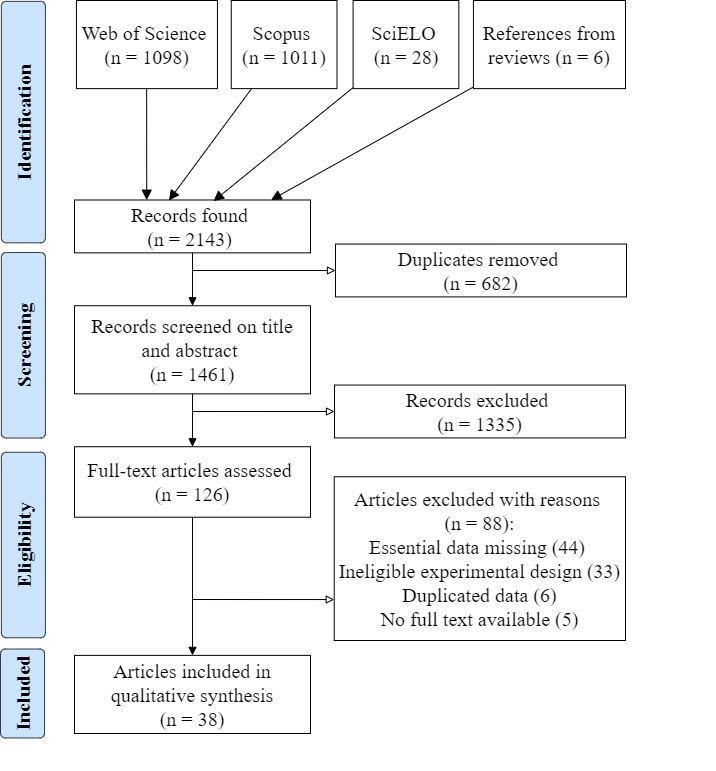
Damian-VA/MosquitoReview keeps this draw.io diagram as FlowchartMosquito.png. Above is the earlier version. Source tidied: cells renumbered, new cells last; positions are measured from the earlier drawing's top-left corner, leaving out a move shared by most shapes.
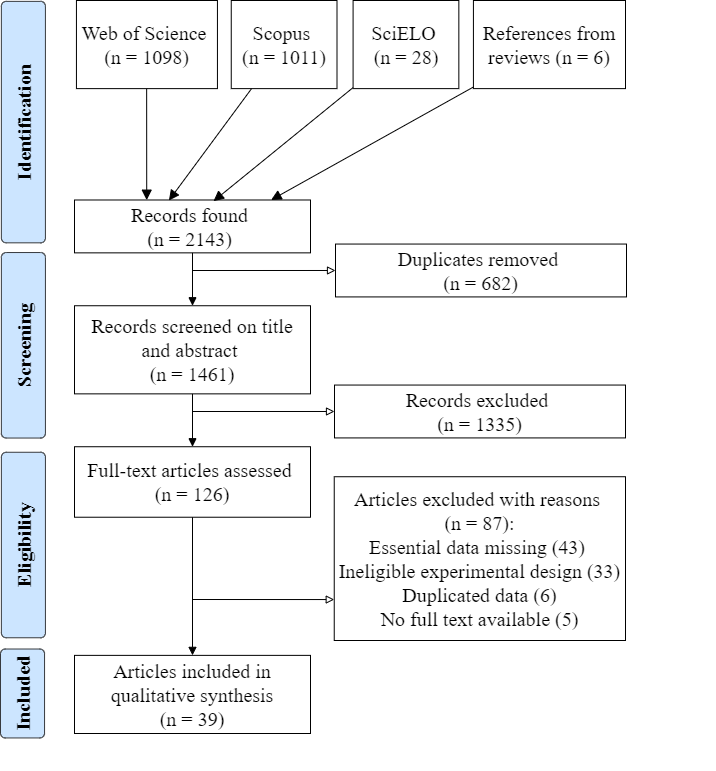
After the change.

Commit message:
Damián updated flowchart: 39 qualitative synthesis articles

What changed in the source:
```diff
@@ -68,10 +68,10 @@
     <mxCell id="21" style="edgeStyle=none;rounded=0;jettySize=auto;html=1;endArrow=block;endFill=1;strokeWidth=1;fontFamily=Times New Roman;fontSize=20;" parent="2" edge="1" source="16" target="20">
       <mxGeometry relative="1" as="geometry" />
     </mxCell>
-    <mxCell id="22" value="Articles excluded with reasons &lt;br&gt;(n = 88):&lt;br style=&quot;font-size: 20px&quot;&gt;Essential data missing (44)&amp;nbsp;&lt;br style=&quot;font-size: 20px&quot;&gt;Ineligible experimental design (33)&lt;br style=&quot;font-size: 20px&quot;&gt;Duplicated data (6)&lt;br style=&quot;font-size: 20px&quot;&gt;No full text available (5)" style="rounded=0;whiteSpace=wrap;html=1;fontFamily=Times New Roman;fontSize=20;" parent="2" vertex="1">
+    <mxCell id="22" value="Articles excluded with reasons &lt;br&gt;(n = 87):&lt;br style=&quot;font-size: 20px&quot;&gt;Essential data missing (43)&amp;nbsp;&lt;br style=&quot;font-size: 20px&quot;&gt;Ineligible experimental design (33)&lt;br style=&quot;font-size: 20px&quot;&gt;Duplicated data (6)&lt;br style=&quot;font-size: 20px&quot;&gt;No full text available (5)" style="rounded=0;whiteSpace=wrap;html=1;fontFamily=Times New Roman;fontSize=20;" parent="2" vertex="1">
       <mxGeometry x="333.7" y="476.2" width="291.3" height="163.8" as="geometry" />
     </mxCell>
-    <mxCell id="23" value="Articles included in qualitative synthesis&lt;br&gt;(n = 38)" style="rounded=0;whiteSpace=wrap;html=1;fontFamily=Times New Roman;fontSize=20;" parent="2" vertex="1">
+    <mxCell id="23" value="Articles included in qualitative synthesis&lt;br&gt;(n = 39)" style="rounded=0;whiteSpace=wrap;html=1;fontFamily=Times New Roman;fontSize=20;" parent="2" vertex="1">
       <mxGeometry x="74" y="654.9" width="236" height="78.1" as="geometry" />
     </mxCell>
     <mxCell id="24" style="edgeStyle=none;rounded=0;jettySize=auto;html=1;entryX=0.5;entryY=0;entryDx=0;entryDy=0;endArrow=block;endFill=1;strokeWidth=1;fontFamily=Times New Roman;fontSize=20;" parent="2" edge="1" source="20" target="23">
```
